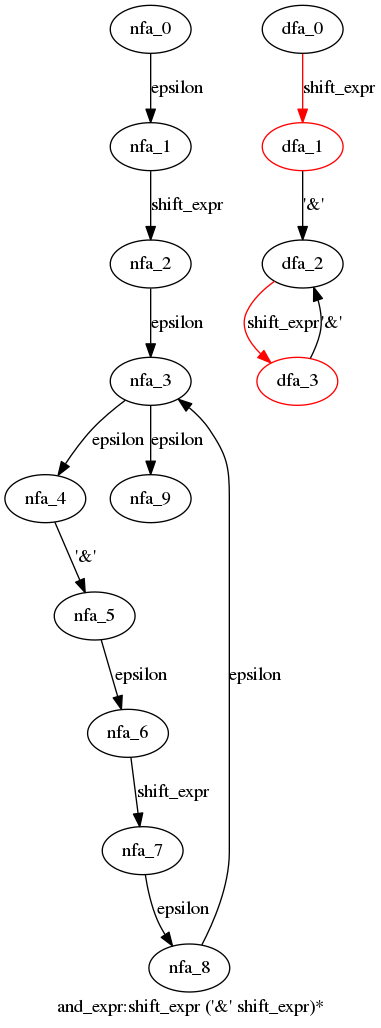
Earlier version of the Graphviz export cpython/grammar/handwrite/nfa_dfas/62.and_expr.dot.png (WinChua/blog). Its source is kept beside it as cpython/grammar/handwrite/nfa_dfas/62.and_expr.dot.
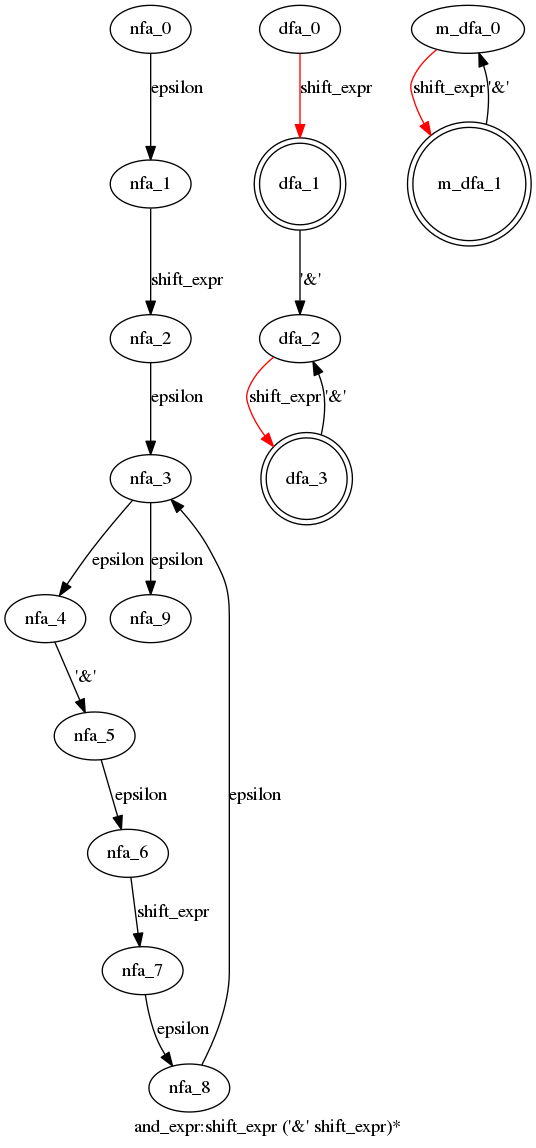
After the change.

Diff of the diagram source:
```diff
@@ -17,7 +17,12 @@
   dfa_1->dfa_2[label="'&'"]
   dfa_2->dfa_3[label="shift_expr",color=red]
   dfa_3->dfa_2[label="'&'"]
-  dfa_1[color=red]
-  dfa_3[color=red]
+  dfa_1[shape=doublecircle]
+  dfa_3[shape=doublecircle]
+  }
+ subgraph and_expr_m_dfa {
+  m_dfa_0->m_dfa_1[label="shift_expr",color=red]
+  m_dfa_1->m_dfa_0[label="'&'"]
+  m_dfa_1[shape=doublecircle]
   }
 }
```
